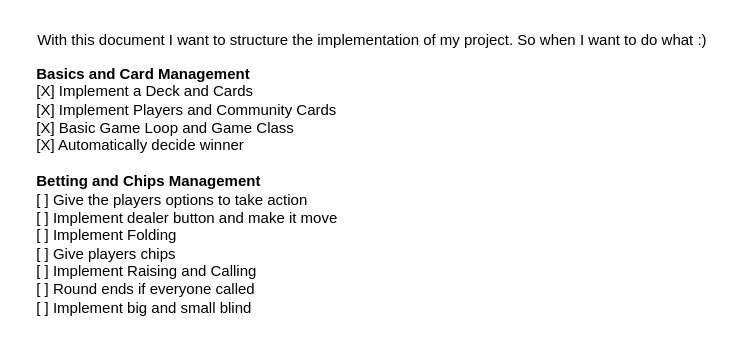
This is design/tasks.drawio from YSchilling/pokernight, a draw.io file, before an edit. Source tidied: cells renumbered, new cells numbered last; positions are measured from the earlier drawing's top-left corner, leaving out a move shared by most shapes. Both pictures are drawn from the tidied source at 125%, with x=0, y=0 at pixel (21, 21).
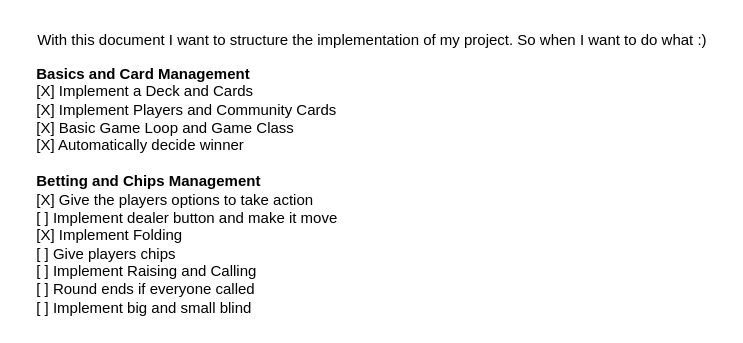
Above is the later version.

Commit message (it also covers changes not shown here):
implemented player joining before the game starts

The edit, as a diff of the source:
```diff
@@
 <mxGraphModel>
   <root>
     <mxCell id="0" />
     <mxCell id="1" parent="0" />
     <mxCell id="2" value="With this document I want to structure the implementation of my project. So when I want to do what :)" style="text;html=1;align=center;verticalAlign=middle;strokeColor=none;fillColor=none;" parent="1" vertex="1">
       <mxGeometry width="560" height="30" as="geometry" />
     </mxCell>
-    <mxCell id="3" value="&lt;b&gt;Basics and Card Management&lt;/b&gt;&lt;br&gt;[X] Implement a Deck and Cards&lt;br&gt;[X] Implement Players and Community Cards&lt;br&gt;[X] Basic Game Loop and Game Class&lt;br&gt;[X] Automatically decide winner&lt;br&gt;&lt;b&gt;&lt;br&gt;Betting and Chips Management&lt;br&gt;&lt;/b&gt;[ ] Give the players options to take action&lt;br&gt;[ ] Implement dealer button and make it move&lt;br&gt;[ ] Implement Folding&lt;br&gt;[ ] Give players chips&lt;br&gt;[ ] Implement Raising and Calling&lt;br&gt;[ ] Round ends if everyone called&lt;br&gt;[ ] Implement big and small blind" style="text;html=1;align=left;verticalAlign=middle;strokeColor=none;fillColor=none;" parent="1" vertex="1">
+    <mxCell id="3" value="&lt;b&gt;Basics and Card Management&lt;/b&gt;&lt;br&gt;[X] Implement a Deck and Cards&lt;br&gt;[X] Implement Players and Community Cards&lt;br&gt;[X] Basic Game Loop and Game Class&lt;br&gt;[X] Automatically decide winner&lt;br&gt;&lt;b&gt;&lt;br&gt;Betting and Chips Management&lt;br&gt;&lt;/b&gt;[X] Give the players options to take action&lt;br&gt;[ ] Implement dealer button and make it move&lt;br&gt;[X] Implement Folding&lt;br&gt;[ ] Give players chips&lt;br&gt;[ ] Implement Raising and Calling&lt;br&gt;[ ] Round ends if everyone called&lt;br&gt;[ ] Implement big and small blind" style="text;html=1;align=left;verticalAlign=middle;strokeColor=none;fillColor=none;" parent="1" vertex="1">
       <mxGeometry x="10" y="30" width="260" height="210" as="geometry" />
     </mxCell>
   </root>
 </mxGraphModel>
```
